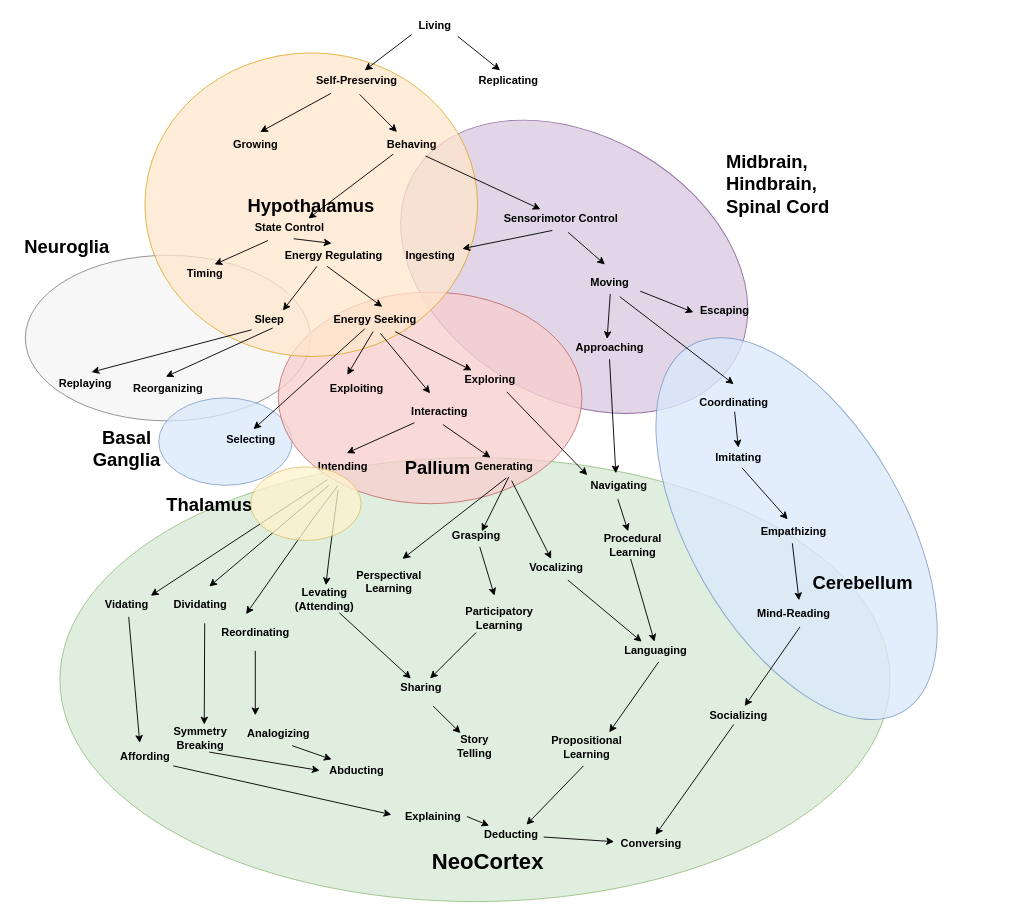
Before: brain_evolution.drawio in codeaudit/1, a draw.io diagram. Source tidied: cells renumbered, new cells numbered last; positions are measured from the earlier drawing's top-left corner, leaving out a move shared by most shapes. Both pictures are drawn from the tidied source at 92%, with x=0, y=0 at pixel (16, 16).
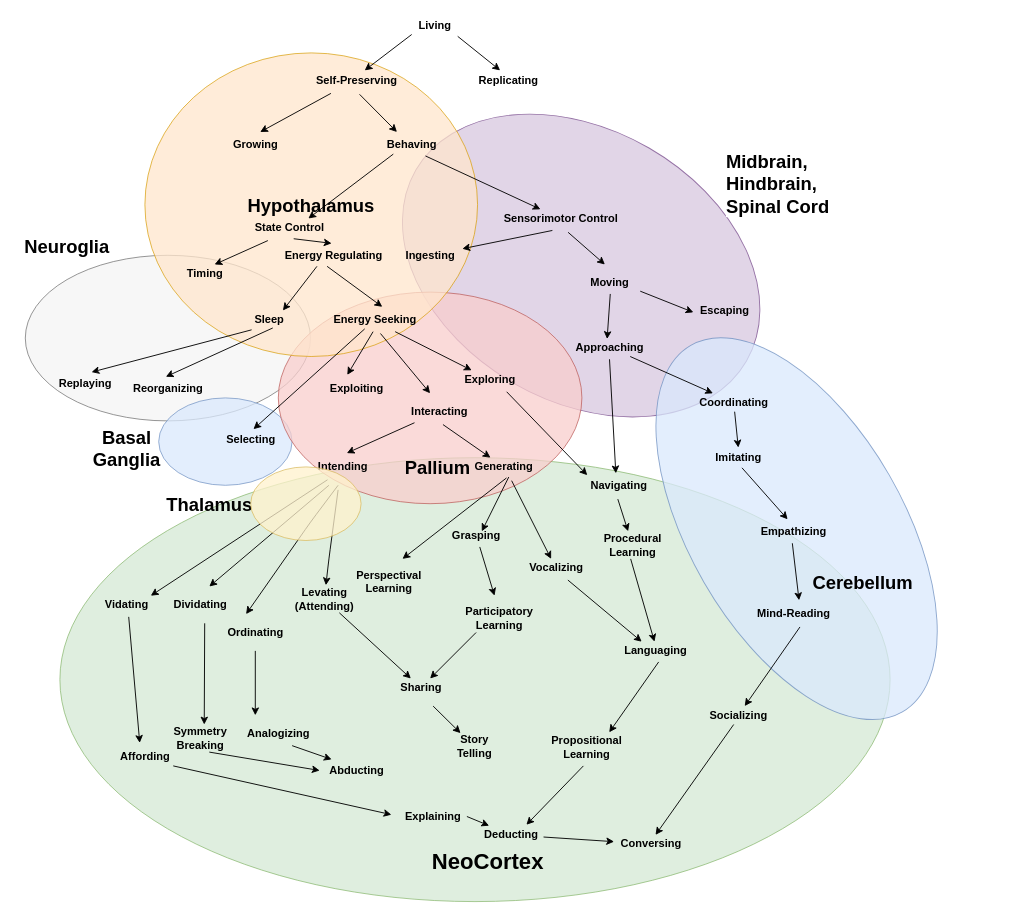
Above is the later version.

Unchanged cells that the change refers to:
```xml
<mxCell id="24" value="Moving" style="text;html=1;align=center;verticalAlign=middle;points=[];fontStyle=1;" parent="1" vertex="1">
  <mxGeometry x="615" y="280" width="60" height="20" as="geometry" />
</mxCell>
<mxCell id="26" value="Approaching" style="text;html=1;align=center;verticalAlign=middle;points=[];fontStyle=1;" parent="1" vertex="1">
  <mxGeometry x="600" y="350" width="90" height="20" as="geometry" />
</mxCell>
<mxCell id="39" value="Coordinating" style="text;html=1;align=center;verticalAlign=middle;points=[];fontStyle=1;" parent="1" vertex="1">
  <mxGeometry x="735" y="410" width="90" height="20" as="geometry" />
</mxCell>
```

What changed in the source:
```diff
@@
     <mxCell id="4" style="ellipse;whiteSpace=wrap;html=1;rotation=30;fillColor=#e1d5e7;strokeColor=#9673a6;" parent="1" vertex="1">
-      <mxGeometry x="405" y="130" width="403.4" height="285" as="geometry" />
+      <mxGeometry x="406.7" y="123.6" width="415" height="295" as="geometry" />
     </mxCell>
@@
-    <mxCell id="33" value="Reordinating" style="text;html=1;align=center;verticalAlign=middle;fontStyle=1;" parent="1" vertex="1">
-      <mxGeometry x="215" y="660" width="90" height="20" as="geometry" />
+    <mxCell id="33" value="Ordinating" style="text;html=1;align=center;verticalAlign=middle;fontStyle=1;" parent="1" vertex="1">
+      <mxGeometry x="220" y="660" width="80" height="20" as="geometry" />
     </mxCell>
@@
-    <mxCell id="62" style="endArrow=none;html=1;entryX=0.686;entryY=1.25;entryDx=0;entryDy=0;entryPerimeter=0;endFill=0;startArrow=classic;startFill=1;" parent="1" edge="1" target="24">
-      <mxGeometry relative="1" as="geometry">
-        <mxPoint x="780" y="400" as="sourcePoint" />
-      </mxGeometry>
+    <mxCell id="62" style="endArrow=none;html=1;endFill=0;startArrow=classic;startFill=1;" parent="1" edge="1" source="39" target="26">
+      <mxGeometry relative="1" as="geometry" />
     </mxCell>
```
